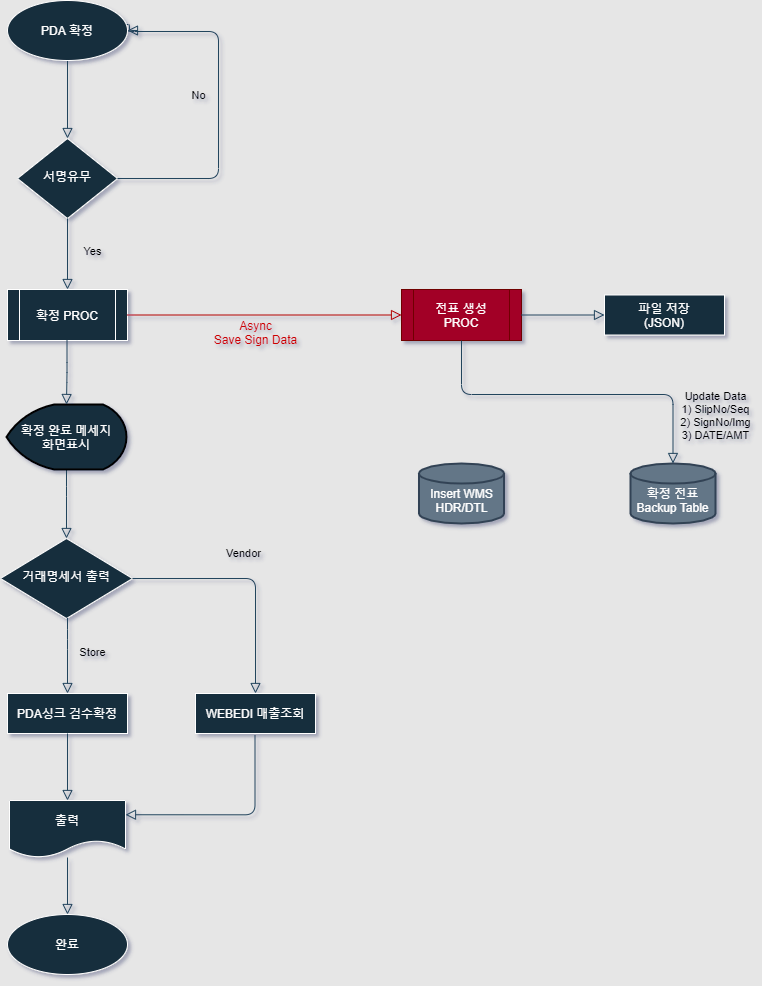
Above: New PDA Confrim.png in seunggeunjo/Flow-Chart (draw.io), before the change. Source tidied: cells renumbered, new cells last; positions are measured from the earlier drawing's top-left corner, leaving out a move shared by most shapes.
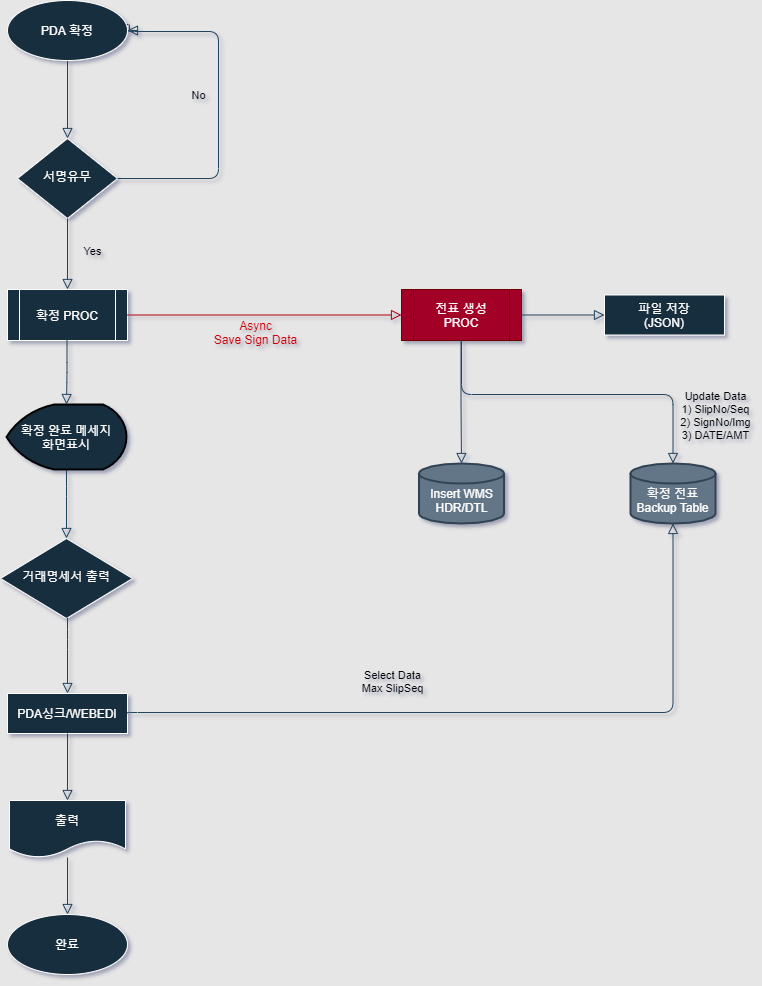
The same file after the commit.

The edit, as a diff of the source:
```diff
@@ -81,21 +81,15 @@
         <mxPoint x="66.5" y="340" as="sourcePoint" />
       </mxGeometry>
     </mxCell>
-    <mxCell id="21" value="Vendor" style="edgeStyle=orthogonalEdgeStyle;html=1;jettySize=auto;fontSize=11;endArrow=block;endFill=0;endSize=8;strokeWidth=1;shadow=0;labelBackgroundColor=none;strokeColor=#23445D;exitX=1;exitY=0.5;exitDx=0;exitDy=0;entryX=0.5;entryY=0;entryDx=0;entryDy=0;" parent="1" edge="1" source="17" target="23">
-      <mxGeometry x="-0.07" y="25" relative="1" as="geometry" />
-    </mxCell>
-    <mxCell id="22" value="Store" style="edgeStyle=orthogonalEdgeStyle;html=1;jettySize=auto;fontSize=11;endArrow=block;endFill=0;endSize=8;strokeWidth=1;shadow=0;labelBackgroundColor=none;strokeColor=#23445D;entryX=0.5;entryY=0;entryDx=0;entryDy=0;" parent="1" edge="1" source="17" target="24">
-      <mxGeometry x="-0.07" y="25" relative="1" as="geometry">
+    <mxCell id="22" style="edgeStyle=orthogonalEdgeStyle;html=1;jettySize=auto;fontSize=11;endArrow=block;endFill=0;endSize=8;strokeWidth=1;shadow=0;labelBackgroundColor=none;strokeColor=#23445D;entryX=0.5;entryY=0;entryDx=0;entryDy=0;" parent="1" edge="1" source="17" target="24">
+      <mxGeometry x="-0.08" y="19" relative="1" as="geometry">
         <Array as="points">
           <mxPoint x="67" y="639" />
           <mxPoint x="67" y="639" />
         </Array>
       </mxGeometry>
     </mxCell>
-    <mxCell id="23" value="WEBEDI 매출조회" style="whiteSpace=wrap;html=1;fontSize=12;glass=0;strokeWidth=1;shadow=0;fillColor=#182E3E;strokeColor=#FFFFFF;fontColor=#FFFFFF;" parent="1" vertex="1">
-      <mxGeometry x="195" y="693" width="120" height="40" as="geometry" />
-    </mxCell>
-    <mxCell id="24" value="PDA싱크 검수확정" style="whiteSpace=wrap;html=1;fontSize=12;glass=0;strokeWidth=1;shadow=0;fillColor=#182E3E;strokeColor=#FFFFFF;fontColor=#FFFFFF;" parent="1" vertex="1">
+    <mxCell id="24" value="PDA싱크/WEBEDI" style="whiteSpace=wrap;html=1;fontSize=12;glass=0;strokeWidth=1;shadow=0;fillColor=#182E3E;strokeColor=#FFFFFF;fontColor=#FFFFFF;" parent="1" vertex="1">
       <mxGeometry x="7" y="693" width="120" height="40" as="geometry" />
     </mxCell>
     <mxCell id="25" value="출력" style="shape=document;whiteSpace=wrap;html=1;boundedLbl=1;shadow=0;fontColor=#FFFFFF;strokeColor=#FFFFFF;strokeWidth=1;fillColor=#182E3E;glass=0;" parent="1" vertex="1">
@@ -104,19 +98,24 @@
     <mxCell id="26" style="edgeStyle=orthogonalEdgeStyle;html=1;jettySize=auto;fontSize=11;endArrow=block;endFill=0;endSize=8;strokeWidth=1;shadow=0;labelBackgroundColor=none;strokeColor=#23445D;" parent="1" edge="1" source="24" target="25">
       <mxGeometry x="0.03" y="20" relative="1" as="geometry" />
     </mxCell>
-    <mxCell id="27" style="edgeStyle=orthogonalEdgeStyle;html=1;jettySize=auto;fontSize=11;endArrow=block;endFill=0;endSize=8;strokeWidth=1;shadow=0;labelBackgroundColor=none;strokeColor=#23445D;entryX=1;entryY=0.25;entryDx=0;entryDy=0;" parent="1" edge="1" target="25">
-      <mxGeometry x="0.03" y="20" relative="1" as="geometry">
-        <mxPoint x="254.5" y="735" as="sourcePoint" />
-        <Array as="points">
-          <mxPoint x="255" y="814" />
-        </Array>
-      </mxGeometry>
-    </mxCell>
     <mxCell id="28" style="edgeStyle=orthogonalEdgeStyle;html=1;jettySize=auto;fontSize=11;endArrow=block;endFill=0;endSize=8;strokeWidth=1;shadow=0;labelBackgroundColor=none;strokeColor=#23445D;entryX=0.5;entryY=0;entryDx=0;entryDy=0;" parent="1" edge="1" source="25" target="10">
       <mxGeometry x="0.03" y="20" relative="1" as="geometry" />
     </mxCell>
     <mxCell id="29" value="&lt;br&gt;Insert WMS&lt;br&gt;HDR/DTL" style="strokeWidth=2;html=1;shape=mxgraph.flowchart.database;whiteSpace=wrap;sketch=0;fillColor=#647687;strokeColor=#314354;fontColor=#ffffff;" parent="1" vertex="1">
       <mxGeometry x="418.5" y="463" width="85" height="60" as="geometry" />
     </mxCell>
+    <mxCell id="30" style="edgeStyle=orthogonalEdgeStyle;html=1;jettySize=auto;fontSize=11;endArrow=block;endFill=0;endSize=8;strokeWidth=1;shadow=0;labelBackgroundColor=none;strokeColor=#23445D;entryX=0.5;entryY=0;entryDx=0;entryDy=0;exitX=0.5;exitY=1;exitDx=0;exitDy=0;exitPerimeter=0;entryPerimeter=0;" parent="1" edge="1" target="29">
+      <mxGeometry x="-0.07" y="25" relative="1" as="geometry">
+        <mxPoint x="460.5" y="340" as="sourcePoint" />
+      </mxGeometry>
+    </mxCell>
+    <mxCell id="31" value="Select Data&lt;br&gt;Max SlipSeq" style="edgeStyle=orthogonalEdgeStyle;html=1;jettySize=auto;fontSize=11;endArrow=block;endFill=0;endSize=8;strokeWidth=1;shadow=0;labelBackgroundColor=none;strokeColor=#23445D;exitX=1;exitY=0.5;exitDx=0;exitDy=0;entryX=0.5;entryY=1;entryDx=0;entryDy=0;entryPerimeter=0;" parent="1" edge="1" source="24" target="9">
+      <mxGeometry x="-0.28" y="31" relative="1" as="geometry">
+        <Array as="points">
+          <mxPoint x="127" y="712" />
+          <mxPoint x="673" y="712" />
+        </Array>
+      </mxGeometry>
+    </mxCell>
   </root>
 </mxGraphModel>
```
